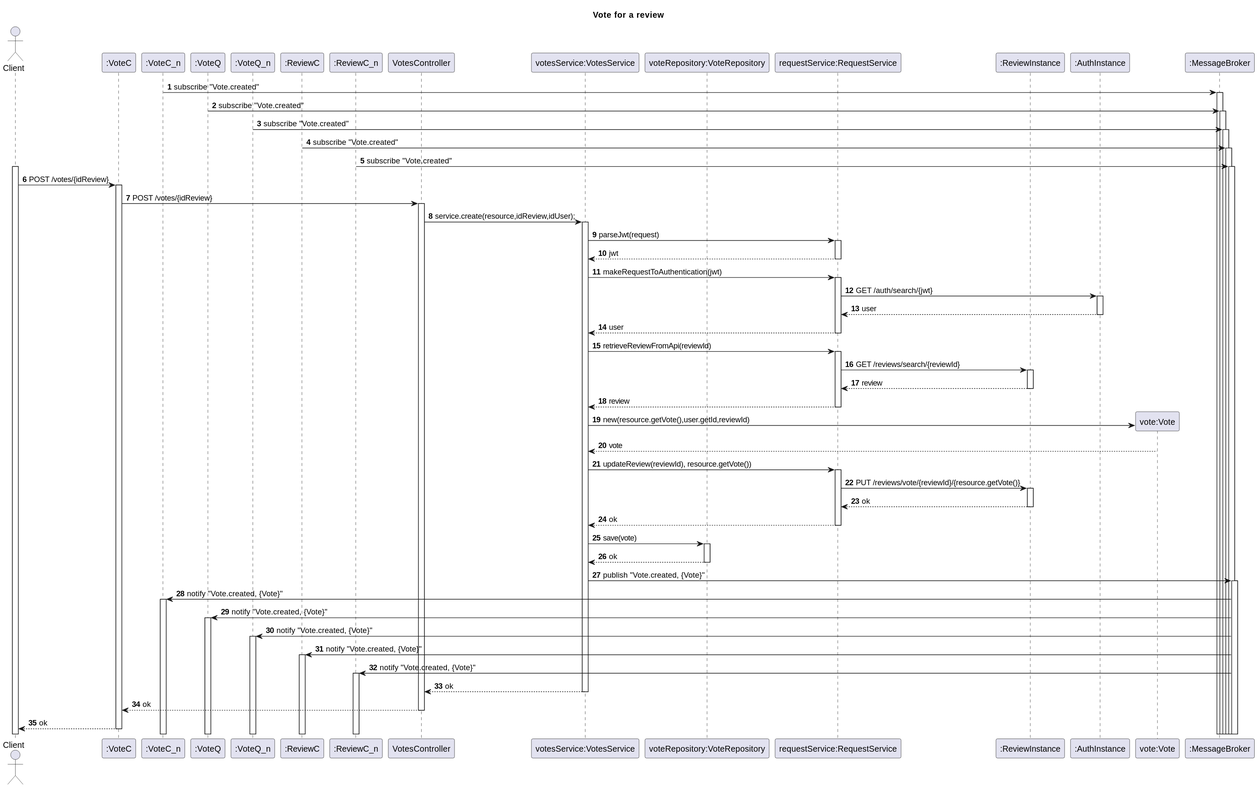
Above: Docs/US06-SD.svg in TiagoNora/SIDIS-Docs (PlantUML), before the change.
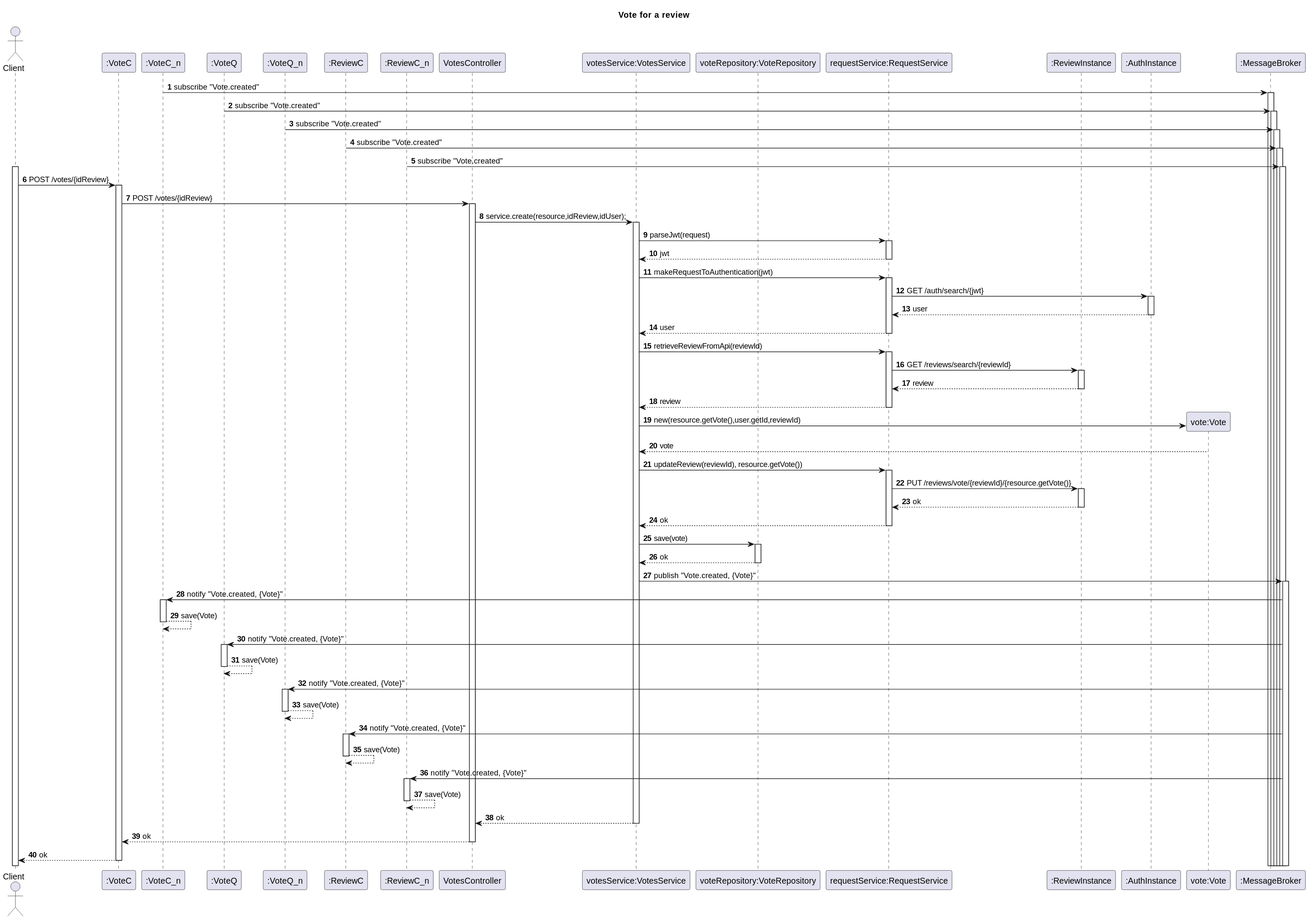
After the commit.

Diff of the diagram source:
```diff
@@ -55,10 +55,15 @@
 service -> broker: publish "Vote.created, {Vote}"
 
 voteC_n <- broker: notify "Vote.created, {Vote}"
+voteC_n --> voteC_n: save(Vote)
 voteQ <- broker: notify "Vote.created, {Vote}"
+voteQ --> voteQ: save(Vote)
 voteQ_n <- broker: notify "Vote.created, {Vote}"
+voteQ_n --> voteQ_n: save(Vote)
 reviewC <- broker: notify "Vote.created, {Vote}"
+reviewC --> reviewC: save(Vote)
 reviewC_n <- broker: notify "Vote.created, {Vote}"
+reviewC_n --> reviewC_n: save(Vote)
 
 service --> Ctrl: ok
 Ctrl --> voteC: ok
```
